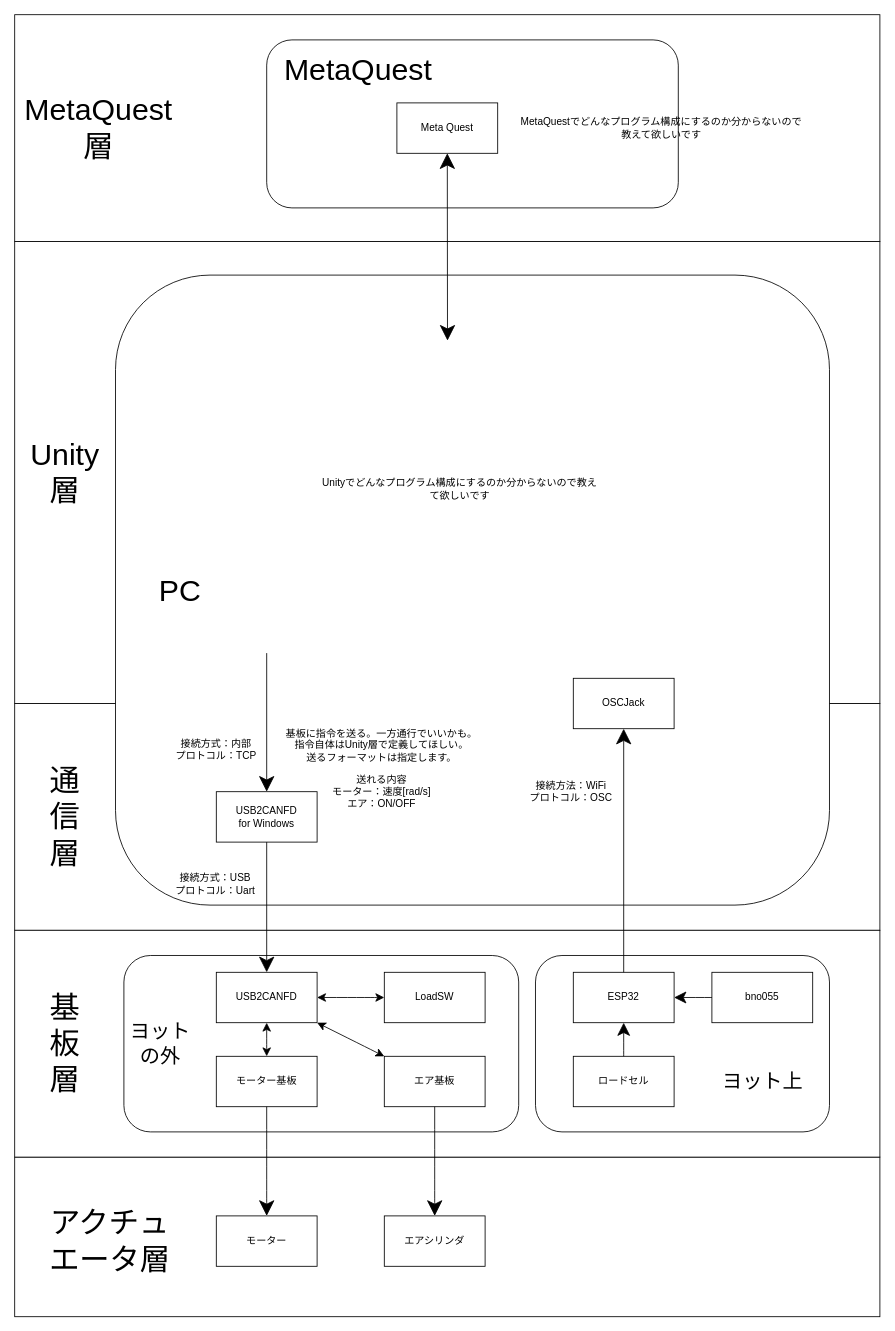
Earlier version of the draw.io diagram Assets/Document/VRgunboat-chart.drawio (piramura/VR-2025-Boat). Source tidied: cells renumbered, new cells numbered last; positions are measured from the earlier drawing's top-left corner, leaving out a move shared by most shapes. Both pictures are drawn from the tidied source at 84%, with x=0, y=0 at pixel (14, 14).
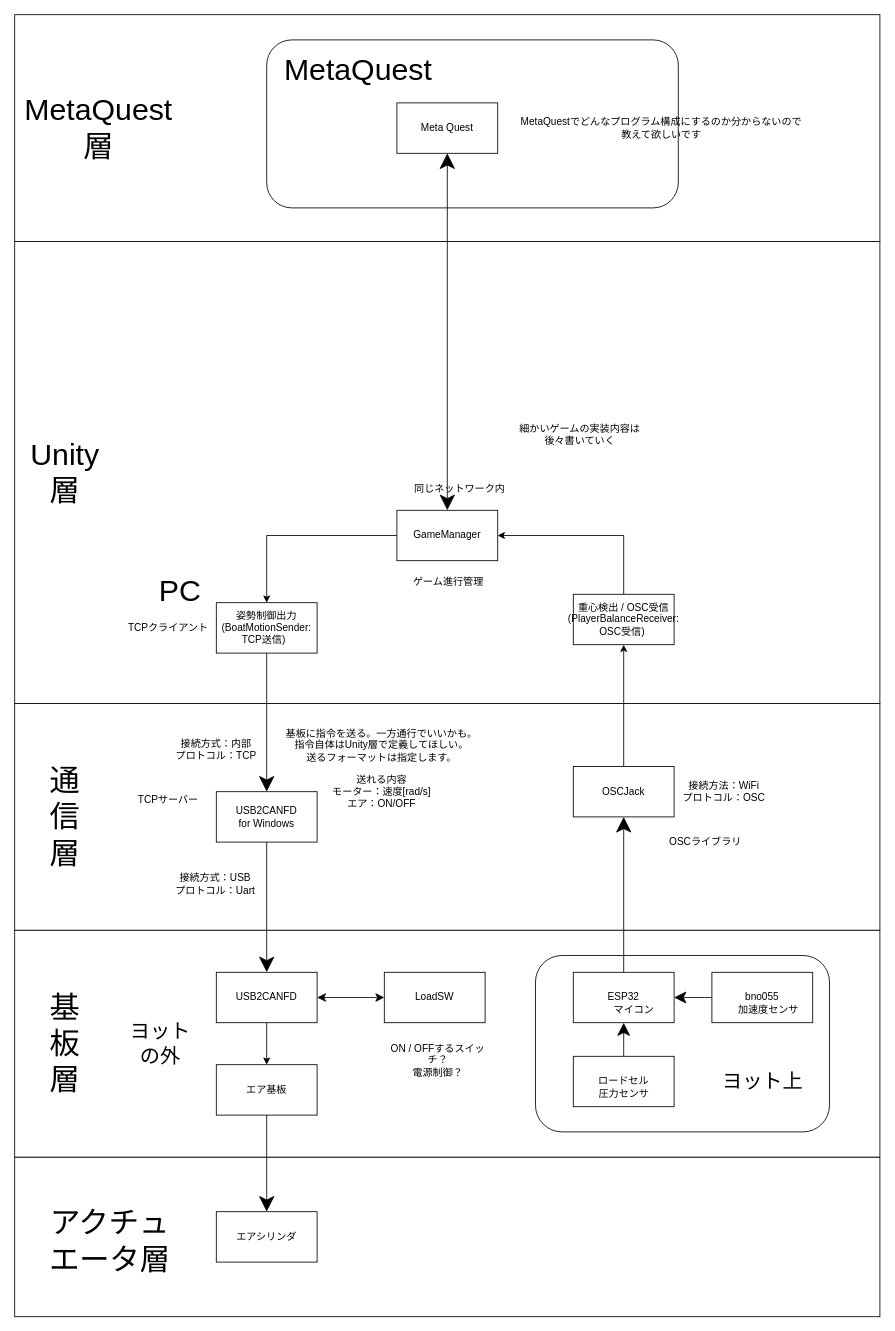
The same diagram, later.

Commit message:
VRgunboat-chart.drawio を更新します

The change refers to these unchanged cells:
```xml
<mxCell id="15" value="ESP32" style="rounded=0;whiteSpace=wrap;html=1;" parent="1" vertex="1">
  <mxGeometry x="665" y="1140" width="120" height="60" as="geometry" />
</mxCell>
<mxCell id="17" value="USB2CANFD" style="rounded=0;whiteSpace=wrap;html=1;" parent="1" vertex="1">
  <mxGeometry x="240" y="1140" width="120" height="60" as="geometry" />
</mxCell>
<mxCell id="40" value="Meta Quest" style="rounded=0;whiteSpace=wrap;html=1;" parent="1" vertex="1">
  <mxGeometry x="455" y="105" width="120" height="60" as="geometry" />
</mxCell>
```

Diff of the diagram source:
```diff
@@
-    <mxCell id="4" style="rounded=1;whiteSpace=wrap;html=1;" parent="1" vertex="1">
-      <mxGeometry x="120" y="310" width="850" height="750" as="geometry" />
-    </mxCell>
@@
-    <mxCell id="9" style="rounded=1;whiteSpace=wrap;html=1;" parent="1" vertex="1">
-      <mxGeometry x="130" y="1120" width="470" height="210" as="geometry" />
-    </mxCell>
@@
     <mxCell id="11" value="エア基板" style="rounded=0;whiteSpace=wrap;html=1;" parent="1" vertex="1">
-      <mxGeometry x="440" y="1240" width="120" height="60" as="geometry" />
+      <mxGeometry x="240" y="1250" width="120" height="60" as="geometry" />
     </mxCell>
@@
     <mxCell id="13" value="エアシリンダ" style="rounded=0;whiteSpace=wrap;html=1;" parent="1" vertex="1">
-      <mxGeometry x="440" y="1430" width="120" height="60" as="geometry" />
+      <mxGeometry x="240" y="1425" width="120" height="60" as="geometry" />
     </mxCell>
-    <mxCell id="14" value="モーター" style="rounded=0;whiteSpace=wrap;html=1;" parent="1" vertex="1">
-      <mxGeometry x="240" y="1430" width="120" height="60" as="geometry" />
-    </mxCell>
@@
+    <mxCell id="50" style="edgeStyle=orthogonalEdgeStyle;rounded=0;jettySize=auto;html=1;" parent="1" edge="1" source="17" target="11">
+      <mxGeometry relative="1" as="geometry" />
+    </mxCell>
@@
-    <mxCell id="18" value="モーター基板" style="rounded=0;whiteSpace=wrap;html=1;" parent="1" vertex="1">
-      <mxGeometry x="240" y="1240" width="120" height="60" as="geometry" />
-    </mxCell>
-    <mxCell id="19" style="endArrow=none;html=1;rounded=0;fontSize=12;startSize=16;endSize=16;curved=1;entryX=0.5;entryY=1;entryDx=0;entryDy=0;exitX=0.5;exitY=0;exitDx=0;exitDy=0;startArrow=classic;startFill=1;" parent="1" edge="1" source="14" target="18">
-      <mxGeometry relative="1" as="geometry" />
-    </mxCell>
-    <mxCell id="20" style="endArrow=classic;html=1;rounded=0;fontSize=12;startSize=8;endSize=8;curved=1;entryX=0.5;entryY=1;entryDx=0;entryDy=0;exitX=0.5;exitY=0;exitDx=0;exitDy=0;startArrow=classic;startFill=1;endFill=1;" parent="1" edge="1" source="18" target="17">
-      <mxGeometry relative="1" as="geometry" />
-    </mxCell>
@@
-    <mxCell id="22" style="endArrow=classic;html=1;rounded=0;fontSize=12;startSize=8;endSize=8;curved=1;entryX=1;entryY=1;entryDx=0;entryDy=0;exitX=0;exitY=0;exitDx=0;exitDy=0;startArrow=classic;startFill=1;endFill=1;" parent="1" edge="1" source="11" target="17">
-      <mxGeometry relative="1" as="geometry" />
-    </mxCell>
@@
+    <mxCell id="51" style="edgeStyle=orthogonalEdgeStyle;rounded=0;jettySize=auto;html=1;exitX=0.5;exitY=0;exitDx=0;exitDy=0;" parent="1" edge="1" source="33" target="55">
+      <mxGeometry relative="1" as="geometry" />
+    </mxCell>
     <mxCell id="33" value="OSCJack" style="rounded=0;whiteSpace=wrap;html=1;" parent="1" vertex="1">
-      <mxGeometry x="665" y="790" width="120" height="60" as="geometry" />
+      <mxGeometry x="665" y="895" width="120" height="60" as="geometry" />
     </mxCell>
     <mxCell id="34" value="接続方法：WiFi&lt;div&gt;プロトコル：OSC&lt;/div&gt;" style="text;html=1;whiteSpace=wrap;strokeColor=none;fillColor=none;align=center;verticalAlign=middle;rounded=0;" parent="1" vertex="1">
-      <mxGeometry x="590" y="910" width="145" height="30" as="geometry" />
+      <mxGeometry x="772" y="910" width="145" height="30" as="geometry" />
     </mxCell>
@@
-    <mxCell id="42" style="endArrow=classic;html=1;rounded=0;entryX=0.5;entryY=1;entryDx=0;entryDy=0;exitX=0.465;exitY=0.104;exitDx=0;exitDy=0;exitPerimeter=0;endFill=1;startArrow=classic;startFill=1;startSize=16;endSize=16;" parent="1" edge="1" source="4" target="40">
+    <mxCell id="42" style="endArrow=classic;html=1;rounded=0;entryX=0.5;entryY=1;entryDx=0;entryDy=0;endFill=1;startArrow=classic;startFill=1;startSize=16;endSize=16;" parent="1" edge="1" source="53" target="40">
       <mxGeometry relative="1" as="geometry" />
     </mxCell>
@@
-    <mxCell id="47" style="endArrow=classic;html=1;rounded=0;entryX=0.5;entryY=1;entryDx=0;entryDy=0;exitX=0.5;exitY=0;exitDx=0;exitDy=0;endSize=16;startSize=16;" parent="1" edge="1" source="15" target="33">
+    <mxCell id="47" style="endArrow=classic;html=1;rounded=0;exitX=0.5;exitY=0;exitDx=0;exitDy=0;endSize=16;startSize=16;entryX=0.5;entryY=1;entryDx=0;entryDy=0;" parent="1" edge="1" source="15" target="33">
       <mxGeometry relative="1" as="geometry" />
     </mxCell>
-    <mxCell id="48" value="Unityでどんなプログラム構成にするのか分からないので教えて欲しいです" style="text;html=1;whiteSpace=wrap;strokeColor=none;fillColor=none;align=center;verticalAlign=middle;rounded=0;" parent="1" vertex="1">
+    <mxCell id="48" value="同じネットワーク内" style="text;html=1;whiteSpace=wrap;strokeColor=none;fillColor=none;align=center;verticalAlign=middle;rounded=0;" parent="1" vertex="1">
       <mxGeometry x="360" y="550" width="340" height="30" as="geometry" />
     </mxCell>
@@
+    <mxCell id="52" style="edgeStyle=orthogonalEdgeStyle;rounded=0;jettySize=auto;html=1;" parent="1" edge="1" source="53" target="56">
+      <mxGeometry relative="1" as="geometry" />
+    </mxCell>
+    <mxCell id="53" value="GameManager" style="rounded=0;whiteSpace=wrap;html=1;" parent="1" vertex="1">
+      <mxGeometry x="455" y="590" width="120" height="60" as="geometry" />
+    </mxCell>
+    <mxCell id="54" style="edgeStyle=orthogonalEdgeStyle;rounded=0;jettySize=auto;html=1;exitX=0.5;exitY=0;exitDx=0;exitDy=0;entryX=1;entryY=0.5;entryDx=0;entryDy=0;" parent="1" edge="1" source="55" target="53">
+      <mxGeometry relative="1" as="geometry" />
+    </mxCell>
+    <mxCell id="55" value="重心検出 / OSC受信 (PlayerBalanceReceiver: OSC受信)&amp;nbsp;" style="rounded=0;whiteSpace=wrap;html=1;" parent="1" vertex="1">
+      <mxGeometry x="665" y="690" width="120" height="60" as="geometry" />
+    </mxCell>
+    <mxCell id="56" value="姿勢制御出力&lt;div&gt;(BoatMotionSender: TCP送信)&amp;nbsp;&amp;nbsp;&lt;/div&gt;" style="rounded=0;whiteSpace=wrap;html=1;" parent="1" vertex="1">
+      <mxGeometry x="240" y="700" width="120" height="60" as="geometry" />
+    </mxCell>
+    <mxCell id="57" value="TCPクライアント" style="text;html=1;whiteSpace=wrap;strokeColor=none;fillColor=none;align=center;verticalAlign=middle;rounded=0;" parent="1" vertex="1">
+      <mxGeometry x="60" y="690" width="246" height="80" as="geometry" />
+    </mxCell>
+    <mxCell id="58" value="TCPサーバー" style="text;html=1;whiteSpace=wrap;strokeColor=none;fillColor=none;align=center;verticalAlign=middle;rounded=0;" parent="1" vertex="1">
+      <mxGeometry x="60" y="895" width="246" height="80" as="geometry" />
+    </mxCell>
+    <mxCell id="59" value="細かいゲームの実装内容は&lt;div&gt;後々書いていく&lt;/div&gt;" style="text;html=1;whiteSpace=wrap;strokeColor=none;fillColor=none;align=center;verticalAlign=middle;rounded=0;" parent="1" vertex="1">
+      <mxGeometry x="550" y="460" width="246" height="80" as="geometry" />
+    </mxCell>
+    <mxCell id="60" value="&lt;div&gt;ON / OFFするスイッチ？&lt;/div&gt;&lt;div&gt;&lt;span style=&quot;background-color: transparent; color: light-dark(rgb(0, 0, 0), rgb(255, 255, 255));&quot;&gt;電源制御？&lt;/span&gt;&lt;/div&gt;" style="text;html=1;whiteSpace=wrap;strokeColor=none;fillColor=none;align=center;verticalAlign=middle;rounded=0;" parent="1" vertex="1">
+      <mxGeometry x="444" y="1220" width="120" height="50" as="geometry" />
+    </mxCell>
+    <mxCell id="61" value="加速度センサ" style="text;html=1;whiteSpace=wrap;strokeColor=none;fillColor=none;align=center;verticalAlign=middle;rounded=0;" parent="1" vertex="1">
+      <mxGeometry x="825" y="1170" width="145" height="30" as="geometry" />
+    </mxCell>
+    <mxCell id="62" value="圧力センサ" style="text;html=1;whiteSpace=wrap;strokeColor=none;fillColor=none;align=center;verticalAlign=middle;rounded=0;" parent="1" vertex="1">
+      <mxGeometry x="652.5" y="1270" width="145" height="30" as="geometry" />
+    </mxCell>
+    <mxCell id="63" value="マイコン" style="text;html=1;whiteSpace=wrap;strokeColor=none;fillColor=none;align=center;verticalAlign=middle;rounded=0;" parent="1" vertex="1">
+      <mxGeometry x="665" y="1170" width="145" height="30" as="geometry" />
+    </mxCell>
+    <mxCell id="64" value="OSCライブラリ" style="text;html=1;whiteSpace=wrap;strokeColor=none;fillColor=none;align=center;verticalAlign=middle;rounded=0;" parent="1" vertex="1">
+      <mxGeometry x="750" y="970" width="145" height="30" as="geometry" />
+    </mxCell>
+    <mxCell id="65" value="ゲーム進行管理" style="text;html=1;whiteSpace=wrap;strokeColor=none;fillColor=none;align=center;verticalAlign=middle;rounded=0;" parent="1" vertex="1">
+      <mxGeometry x="444" y="660" width="145" height="30" as="geometry" />
+    </mxCell>
```
